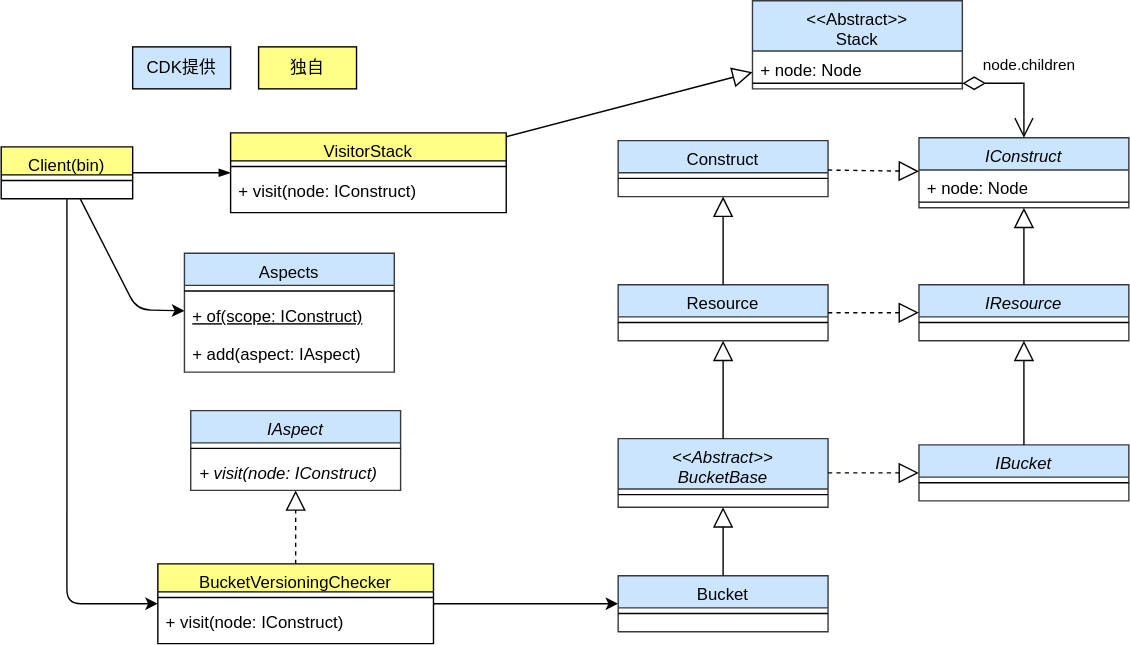
go-to-k/cdk-gof-design-pattern keeps this draw.io diagram as drawio/visitor/visitor-cdk.drawio.svg. Above is the earlier version. Source tidied: cells renumbered, new cells last; positions are measured from the earlier drawing's top-left corner, leaving out a move shared by most shapes.
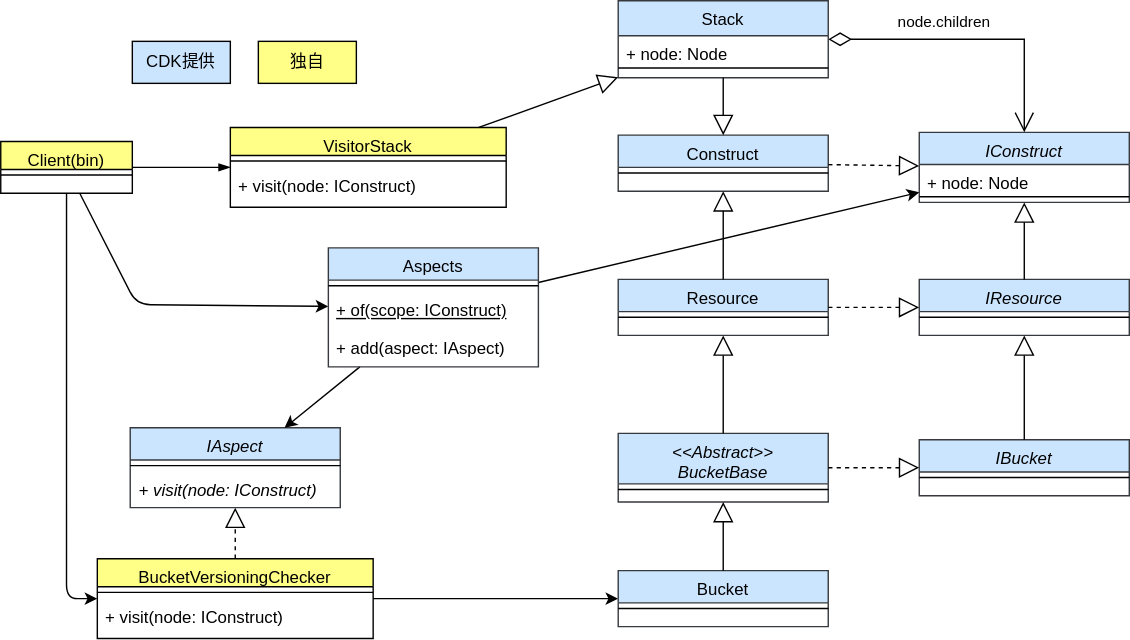
After the commit.

Commit message:
update visitor diagrams

Change to the diagram source:
```diff
@@ -12,7 +12,7 @@
       <mxGeometry relative="1" as="geometry" />
     </mxCell>
     <mxCell id="5" value="BucketVersioningChecker" style="swimlane;fontStyle=0;align=center;verticalAlign=top;horizontal=1;startSize=20;rounded=0;shadow=0;strokeWidth=1;fillColor=#ffff88;strokeColor=#000000;fontColor=#000000;" parent="1" vertex="1">
-      <mxGeometry x="112" y="402.5" width="197" height="57" as="geometry" />
+      <mxGeometry x="69" y="402.5" width="197" height="57" as="geometry" />
     </mxCell>
     <mxCell id="6" style="line;html=1;strokeWidth=1;align=left;verticalAlign=middle;spacingTop=-1;spacingLeft=3;spacingRight=3;labelPosition=right;fontColor=#000000;strokeColor=#000000;" parent="5" vertex="1">
       <mxGeometry y="20" width="197" height="8" as="geometry" />
@@ -24,7 +24,7 @@
       <mxGeometry relative="1" as="geometry" />
     </mxCell>
     <mxCell id="9" value="IAspect" style="swimlane;fontStyle=2;align=center;verticalAlign=top;horizontal=1;startSize=23;rounded=0;shadow=0;strokeWidth=1;fillColor=#cce5ff;strokeColor=#36393d;fontColor=#000000;" parent="1" vertex="1">
-      <mxGeometry x="135.5" y="293" width="150" height="57" as="geometry" />
+      <mxGeometry x="92.5" y="309" width="150" height="57" as="geometry" />
     </mxCell>
     <mxCell id="10" style="line;html=1;strokeWidth=1;align=left;verticalAlign=middle;spacingTop=-1;spacingLeft=3;spacingRight=3;labelPosition=right;fontColor=#000000;strokeColor=#000000;" parent="9" vertex="1">
       <mxGeometry y="23" width="150" height="8" as="geometry" />
@@ -104,7 +104,7 @@
     <mxCell id="35" value="node.children" style="endArrow=open;html=1;endSize=12;startArrow=diamondThin;startSize=14;startFill=0;edgeStyle=orthogonalEdgeStyle;align=left;verticalAlign=bottom;rounded=0;fontColor=#000000;strokeColor=#000000;labelBackgroundColor=none;" parent="1" edge="1" source="44" target="21">
       <mxGeometry x="-0.43" y="12" relative="1" as="geometry">
         <Array as="points">
-          <mxPoint x="731" y="59" />
+          <mxPoint x="731" y="32" />
         </Array>
         <mxPoint x="-11" y="8" as="offset" />
       </mxGeometry>
@@ -141,20 +141,26 @@
     <mxCell id="43" style="line;html=1;strokeWidth=1;align=left;verticalAlign=middle;spacingTop=-1;spacingLeft=3;spacingRight=3;labelPosition=right;fontColor=#000000;strokeColor=#000000;" parent="42" vertex="1">
       <mxGeometry y="20" width="94" height="8" as="geometry" />
     </mxCell>
-    <mxCell id="44" value="&lt;&lt;Abstract&gt;&gt;&#10;Stack" style="swimlane;fontStyle=0;align=center;verticalAlign=top;horizontal=1;startSize=36;rounded=0;shadow=0;strokeWidth=1;fillColor=#cce5ff;strokeColor=#36393d;fontColor=#000000;" parent="1" vertex="1">
-      <mxGeometry x="537" width="150" height="63" as="geometry" />
+    <mxCell id="44" value="Stack" style="swimlane;fontStyle=0;align=center;verticalAlign=top;horizontal=1;startSize=25;rounded=0;shadow=0;strokeWidth=1;fillColor=#cce5ff;strokeColor=#36393d;fontColor=#000000;" parent="1" vertex="1">
+      <mxGeometry x="441" y="4" width="150" height="55" as="geometry" />
     </mxCell>
     <mxCell id="45" value="+&amp;nbsp;node: Node" style="text;strokeColor=none;fillColor=none;align=left;verticalAlign=top;spacingLeft=4;spacingRight=4;overflow=hidden;whiteSpace=wrap;html=1;fontColor=#000000;" parent="44" vertex="1">
-      <mxGeometry y="36" width="150" height="19" as="geometry" />
+      <mxGeometry y="25" width="150" height="19" as="geometry" />
     </mxCell>
     <mxCell id="46" style="line;html=1;strokeWidth=1;align=left;verticalAlign=middle;spacingTop=-1;spacingLeft=3;spacingRight=3;labelPosition=right;fontColor=#000000;strokeColor=#000000;" parent="44" vertex="1">
-      <mxGeometry y="55" width="150" height="8" as="geometry" />
+      <mxGeometry y="44" width="150" height="8" as="geometry" />
     </mxCell>
     <mxCell id="47" style="endArrow=block;endFill=0;endSize=12;html=1;rounded=0;fontColor=#000000;strokeColor=#000000;" parent="1" edge="1" source="36" target="44">
       <mxGeometry relative="1" as="geometry" />
     </mxCell>
+    <mxCell id="52" style="edgeStyle=none;html=1;strokeColor=#000000;" parent="1" edge="1" source="48" target="9">
+      <mxGeometry relative="1" as="geometry" />
+    </mxCell>
+    <mxCell id="53" style="edgeStyle=none;html=1;strokeColor=#000000;" parent="1" edge="1" source="48" target="21">
+      <mxGeometry relative="1" as="geometry" />
+    </mxCell>
     <mxCell id="48" value="Aspects" style="swimlane;fontStyle=0;align=center;verticalAlign=top;horizontal=1;startSize=23;rounded=0;shadow=0;strokeWidth=1;fillColor=#cce5ff;strokeColor=#36393d;fontColor=#000000;" parent="1" vertex="1">
-      <mxGeometry x="131" y="180.5" width="150" height="85" as="geometry" />
+      <mxGeometry x="234" y="180.5" width="150" height="85" as="geometry" />
     </mxCell>
     <mxCell id="49" style="line;html=1;strokeWidth=1;align=left;verticalAlign=middle;spacingTop=-1;spacingLeft=3;spacingRight=3;labelPosition=right;fontColor=#000000;strokeColor=#000000;" parent="48" vertex="1">
       <mxGeometry y="23" width="150" height="8" as="geometry" />
@@ -165,5 +171,8 @@
     <mxCell id="51" value="+ add(aspect: IAspect)" style="text;strokeColor=none;fillColor=none;align=left;verticalAlign=top;spacingLeft=4;spacingRight=4;overflow=hidden;whiteSpace=wrap;html=1;fontColor=#000000;" parent="48" vertex="1">
       <mxGeometry y="58" width="150" height="27" as="geometry" />
     </mxCell>
+    <mxCell id="54" style="endArrow=block;endFill=0;endSize=12;html=1;rounded=0;fontColor=#000000;strokeColor=#000000;" parent="1" edge="1" source="44" target="30">
+      <mxGeometry relative="1" as="geometry" />
+    </mxCell>
   </root>
 </mxGraphModel>
```
